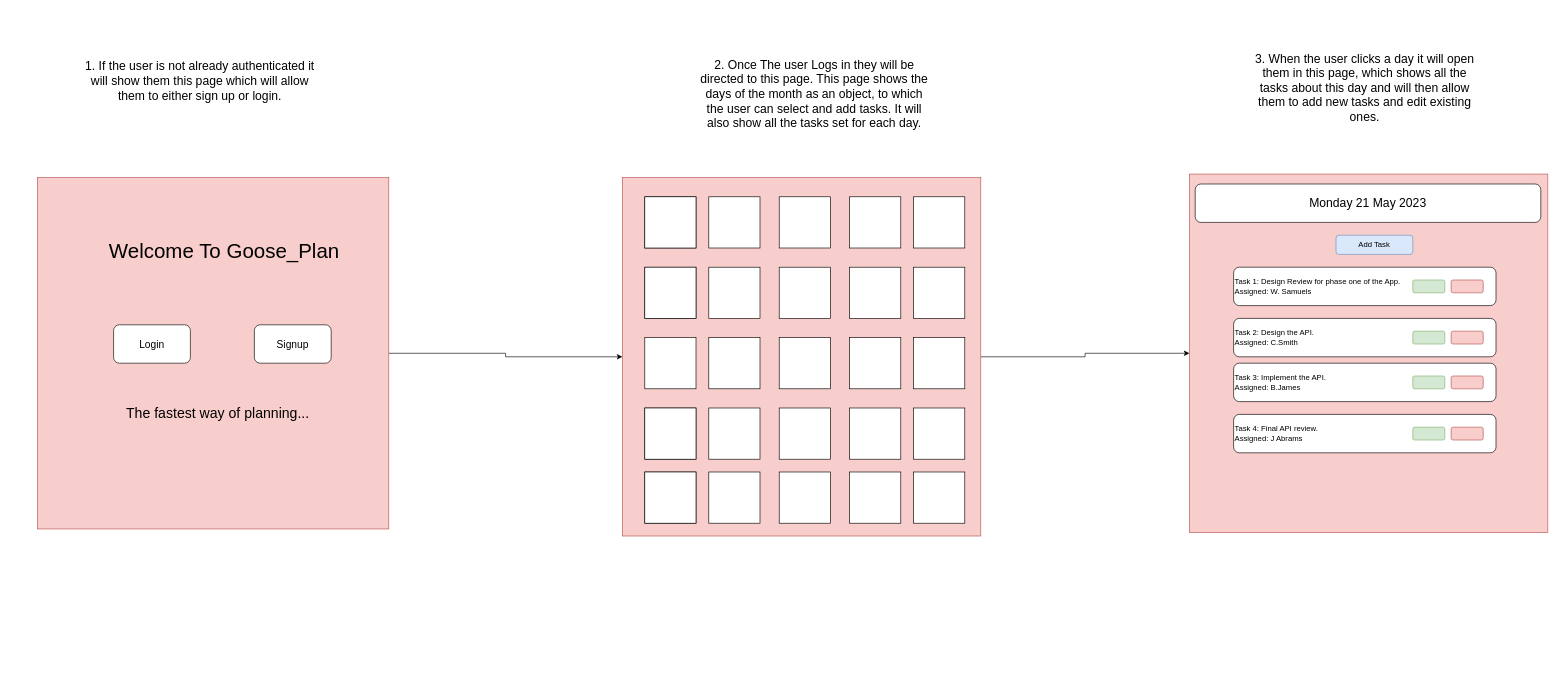
Above: Untitled Diagram.drawio in bengraham-B/L3T14 (draw.io), before the change. Source tidied: cells renumbered, new cells numbered last; positions are measured from the earlier drawing's top-left corner, leaving out a move shared by most shapes. Both pictures are drawn from the tidied source at 64%, with x=0, y=0 at pixel (11, 11).
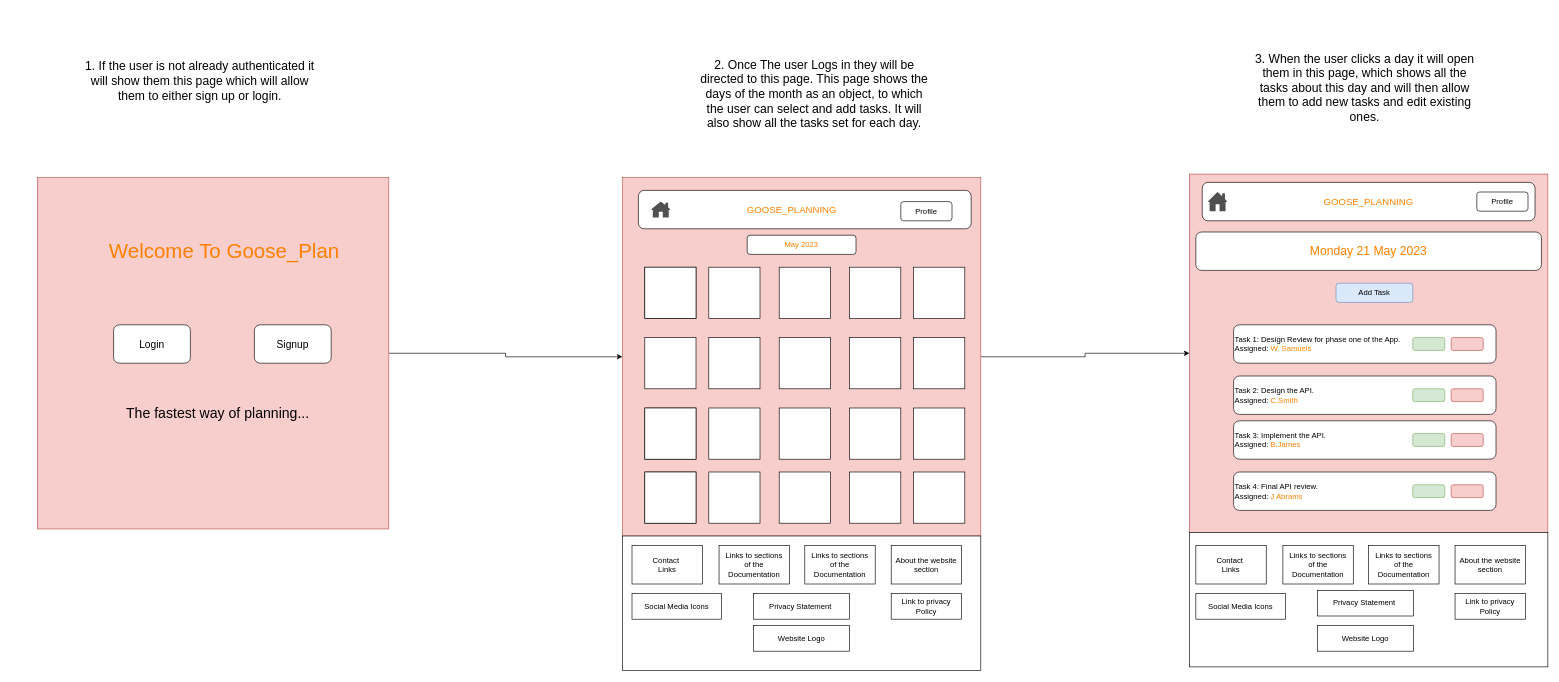
Above is the later version.

The edit, as a diff of the source:
```diff
@@
-    <mxCell id="6" value="Welcome To Goose_Plan" style="text;strokeColor=none;align=center;fillColor=none;html=1;verticalAlign=middle;whiteSpace=wrap;rounded=0;fontSize=32;" parent="1" vertex="1">
+    <mxCell id="6" value="Welcome To Goose_Plan" style="text;strokeColor=none;align=center;fillColor=none;html=1;verticalAlign=middle;whiteSpace=wrap;rounded=0;fontSize=32;fontColor=#FF8000;" parent="1" vertex="1">
       <mxGeometry x="13" y="300" width="640" height="150" as="geometry" />
     </mxCell>
@@
-    <mxCell id="13" style="whiteSpace=wrap;html=1;" parent="1" vertex="1">
-      <mxGeometry x="990" y="290" width="80" height="80" as="geometry" />
-    </mxCell>
@@
-    <mxCell id="35" style="whiteSpace=wrap;html=1;" parent="1" vertex="1">
-      <mxGeometry x="990" y="290" width="80" height="80" as="geometry" />
-    </mxCell>
-    <mxCell id="36" style="whiteSpace=wrap;html=1;" parent="1" vertex="1">
-      <mxGeometry x="1090" y="290" width="80" height="80" as="geometry" />
-    </mxCell>
-    <mxCell id="37" style="whiteSpace=wrap;html=1;" parent="1" vertex="1">
-      <mxGeometry x="1200" y="290" width="80" height="80" as="geometry" />
-    </mxCell>
-    <mxCell id="38" style="whiteSpace=wrap;html=1;" parent="1" vertex="1">
-      <mxGeometry x="1310" y="290" width="80" height="80" as="geometry" />
-    </mxCell>
-    <mxCell id="39" style="whiteSpace=wrap;html=1;" parent="1" vertex="1">
-      <mxGeometry x="1410" y="290" width="80" height="80" as="geometry" />
-    </mxCell>
@@
-    <mxCell id="42" style="whiteSpace=wrap;html=1;fillColor=#f8cecc;strokeColor=#b85450;" parent="1" vertex="1">
+    <mxCell id="42" style="whiteSpace=wrap;html=1;fillColor=#f8cecc;strokeColor=#b85450;labelBackgroundColor=#FFFFFF;" parent="1" vertex="1">
       <mxGeometry x="1841" y="254.5" width="560" height="560" as="geometry" />
     </mxCell>
@@
-    <mxCell id="44" value="Monday 21 May 2023" style="rounded=1;whiteSpace=wrap;html=1;strokeWidth=1;fontSize=19;" parent="1" vertex="1">
-      <mxGeometry x="1850" y="270" width="540" height="60" as="geometry" />
+    <mxCell id="44" value="&lt;font color=&quot;#ff8000&quot;&gt;Monday 21 May 2023&lt;/font&gt;" style="rounded=1;whiteSpace=wrap;html=1;strokeWidth=1;fontSize=19;" parent="1" vertex="1">
+      <mxGeometry x="1851" y="345" width="540" height="60" as="geometry" />
     </mxCell>
-    <mxCell id="45" value="Task 1: Design Review for phase one of the App.&lt;br&gt;Assigned: W. Samuels" style="rounded=1;whiteSpace=wrap;html=1;align=left;" parent="1" vertex="1">
-      <mxGeometry x="1910" y="400" width="410" height="60" as="geometry" />
+    <mxCell id="45" value="Task 1: Design Review for phase one of the App.&lt;br&gt;Assigned: &lt;font color=&quot;#ff8000&quot;&gt;W. Samuels&lt;/font&gt;" style="rounded=1;whiteSpace=wrap;html=1;align=left;" parent="1" vertex="1">
+      <mxGeometry x="1910" y="490" width="410" height="60" as="geometry" />
     </mxCell>
     <mxCell id="46" style="rounded=1;whiteSpace=wrap;html=1;fillColor=#d5e8d4;strokeColor=#82b366;" parent="1" vertex="1">
-      <mxGeometry x="2190" y="420" width="50" height="20" as="geometry" />
+      <mxGeometry x="2190" y="510" width="50" height="20" as="geometry" />
     </mxCell>
     <mxCell id="47" style="rounded=1;whiteSpace=wrap;html=1;fillColor=#f8cecc;strokeColor=#b85450;" parent="1" vertex="1">
-      <mxGeometry x="2250" y="420" width="50" height="20" as="geometry" />
+      <mxGeometry x="2250" y="510" width="50" height="20" as="geometry" />
     </mxCell>
-    <mxCell id="48" value="Task 3: Implement the API.&lt;br&gt;Assigned: B.James" style="rounded=1;whiteSpace=wrap;html=1;align=left;" parent="1" vertex="1">
-      <mxGeometry x="1910" y="550" width="410" height="60" as="geometry" />
+    <mxCell id="48" value="Task 3: Implement the API.&lt;br&gt;Assigned:&lt;font color=&quot;#ff8000&quot;&gt; B.James&lt;/font&gt;" style="rounded=1;whiteSpace=wrap;html=1;align=left;" parent="1" vertex="1">
+      <mxGeometry x="1910" y="640" width="410" height="60" as="geometry" />
     </mxCell>
-    <mxCell id="49" value="Task 4: Final API review.&lt;br&gt;Assigned: J Abrams" style="rounded=1;whiteSpace=wrap;html=1;align=left;" parent="1" vertex="1">
-      <mxGeometry x="1910" y="630" width="410" height="60" as="geometry" />
+    <mxCell id="49" value="Task 4: Final API review.&lt;br&gt;Assigned: &lt;font color=&quot;#ff8000&quot;&gt;J Abrams&lt;/font&gt;" style="rounded=1;whiteSpace=wrap;html=1;align=left;" parent="1" vertex="1">
+      <mxGeometry x="1910" y="720" width="410" height="60" as="geometry" />
     </mxCell>
-    <mxCell id="50" value="Task 2: Design the API.&lt;br&gt;Assigned: C.Smith" style="rounded=1;whiteSpace=wrap;html=1;align=left;" parent="1" vertex="1">
-      <mxGeometry x="1910" y="480" width="410" height="60" as="geometry" />
+    <mxCell id="50" value="Task 2: Design the API.&lt;br&gt;Assigned: &lt;font color=&quot;#ff8000&quot;&gt;C.Smith&lt;/font&gt;" style="rounded=1;whiteSpace=wrap;html=1;align=left;" parent="1" vertex="1">
+      <mxGeometry x="1910" y="570" width="410" height="60" as="geometry" />
     </mxCell>
     <mxCell id="51" style="rounded=1;whiteSpace=wrap;html=1;fillColor=#d5e8d4;strokeColor=#82b366;" parent="1" vertex="1">
-      <mxGeometry x="2190" y="500" width="50" height="20" as="geometry" />
+      <mxGeometry x="2190" y="590" width="50" height="20" as="geometry" />
     </mxCell>
     <mxCell id="52" style="rounded=1;whiteSpace=wrap;html=1;fillColor=#d5e8d4;strokeColor=#82b366;" parent="1" vertex="1">
-      <mxGeometry x="2190" y="570" width="50" height="20" as="geometry" />
+      <mxGeometry x="2190" y="660" width="50" height="20" as="geometry" />
     </mxCell>
     <mxCell id="53" style="rounded=1;whiteSpace=wrap;html=1;fillColor=#d5e8d4;strokeColor=#82b366;" parent="1" vertex="1">
-      <mxGeometry x="2190" y="650" width="50" height="20" as="geometry" />
+      <mxGeometry x="2190" y="740" width="50" height="20" as="geometry" />
     </mxCell>
     <mxCell id="54" style="rounded=1;whiteSpace=wrap;html=1;fillColor=#f8cecc;strokeColor=#b85450;" parent="1" vertex="1">
-      <mxGeometry x="2250" y="500" width="50" height="20" as="geometry" />
+      <mxGeometry x="2250" y="590" width="50" height="20" as="geometry" />
     </mxCell>
     <mxCell id="55" style="rounded=1;whiteSpace=wrap;html=1;fillColor=#f8cecc;strokeColor=#b85450;" parent="1" vertex="1">
-      <mxGeometry x="2250" y="570" width="50" height="20" as="geometry" />
+      <mxGeometry x="2250" y="660" width="50" height="20" as="geometry" />
     </mxCell>
     <mxCell id="56" style="rounded=1;whiteSpace=wrap;html=1;fillColor=#f8cecc;strokeColor=#b85450;" parent="1" vertex="1">
-      <mxGeometry x="2250" y="650" width="50" height="20" as="geometry" />
+      <mxGeometry x="2250" y="740" width="50" height="20" as="geometry" />
     </mxCell>
     <mxCell id="57" value="Add Task" style="rounded=1;whiteSpace=wrap;html=1;fillColor=#dae8fc;strokeColor=#6c8ebf;" parent="1" vertex="1">
-      <mxGeometry x="2070" y="350" width="120" height="30" as="geometry" />
+      <mxGeometry x="2070" y="425" width="120" height="30" as="geometry" />
     </mxCell>
+    <mxCell id="58" style="rounded=1;whiteSpace=wrap;html=1;" parent="1" vertex="1">
+      <mxGeometry x="980" y="280" width="520" height="60" as="geometry" />
+    </mxCell>
+    <mxCell id="59" value="GOOSE_PLANNING" style="text;html=1;strokeColor=none;fillColor=none;align=center;verticalAlign=middle;whiteSpace=wrap;rounded=0;fontColor=#FF8000;fontSize=15;" parent="1" vertex="1">
+      <mxGeometry x="1190" y="295" width="60" height="30" as="geometry" />
+    </mxCell>
+    <mxCell id="60" style="sketch=0;shadow=0;dashed=0;html=1;strokeColor=none;fillColor=#505050;labelPosition=center;verticalLabelPosition=bottom;verticalAlign=top;align=center;shape=mxgraph.office.concepts.home;" parent="1" vertex="1">
+      <mxGeometry x="1000" y="297.5" width="30" height="25" as="geometry" />
+    </mxCell>
+    <mxCell id="61" value="Profile" style="rounded=1;whiteSpace=wrap;html=1;" parent="1" vertex="1">
+      <mxGeometry x="1390" y="297.5" width="80" height="30" as="geometry" />
+    </mxCell>
+    <mxCell id="62" style="rounded=1;whiteSpace=wrap;html=1;fontColor=#0000FF;labelBackgroundColor=#0000FF;" parent="1" vertex="1">
+      <mxGeometry x="1861" y="267.5" width="520" height="60" as="geometry" />
+    </mxCell>
+    <mxCell id="63" value="Profile" style="rounded=1;whiteSpace=wrap;html=1;" parent="1" vertex="1">
+      <mxGeometry x="2290" y="282.5" width="80" height="30" as="geometry" />
+    </mxCell>
+    <mxCell id="64" style="sketch=0;shadow=0;dashed=0;html=1;strokeColor=none;fillColor=#505050;labelPosition=center;verticalLabelPosition=bottom;verticalAlign=top;align=center;shape=mxgraph.office.concepts.home;" parent="1" vertex="1">
+      <mxGeometry x="1870" y="282.5" width="30" height="30" as="geometry" />
+    </mxCell>
+    <mxCell id="65" value="GOOSE_PLANNING" style="text;html=1;strokeColor=none;fillColor=none;align=center;verticalAlign=middle;whiteSpace=wrap;rounded=0;fontSize=15;fontColor=#FF8000;" parent="1" vertex="1">
+      <mxGeometry x="2091" y="282.5" width="60" height="30" as="geometry" />
+    </mxCell>
+    <mxCell id="66" value="May 2023" style="rounded=1;whiteSpace=wrap;html=1;fontColor=#FF8000;" parent="1" vertex="1">
+      <mxGeometry x="1150" y="350" width="170" height="30" as="geometry" />
+    </mxCell>
+    <mxCell id="67" style="rounded=0;whiteSpace=wrap;html=1;" parent="1" vertex="1">
+      <mxGeometry x="955" y="820" width="560" height="210" as="geometry" />
+    </mxCell>
+    <mxCell id="68" style="rounded=0;whiteSpace=wrap;html=1;" parent="1" vertex="1">
+      <mxGeometry x="1841" y="814.5" width="560" height="210" as="geometry" />
+    </mxCell>
+    <mxCell id="69" style="group;" parent="1" vertex="1">
+      <mxGeometry x="1851" y="835" width="515" height="165" as="geometry" />
+    </mxCell>
+    <mxCell id="70" value="Contact&amp;nbsp;&lt;br&gt;Links" style="rounded=0;whiteSpace=wrap;html=1;" parent="69" vertex="1">
+      <mxGeometry width="110" height="60" as="geometry" />
+    </mxCell>
+    <mxCell id="71" value="Links to sections&lt;br&gt;of the Documentation" style="rounded=0;whiteSpace=wrap;html=1;" parent="69" vertex="1">
+      <mxGeometry x="136" width="110" height="60" as="geometry" />
+    </mxCell>
+    <mxCell id="72" value="Links to sections&lt;br&gt;of the Documentation" style="rounded=0;whiteSpace=wrap;html=1;" parent="69" vertex="1">
+      <mxGeometry x="270" width="110" height="60" as="geometry" />
+    </mxCell>
+    <mxCell id="73" value="Social Media Icons" style="rounded=0;whiteSpace=wrap;html=1;" parent="69" vertex="1">
+      <mxGeometry y="75" width="140" height="40" as="geometry" />
+    </mxCell>
+    <mxCell id="74" value="Link to privacy Policy" style="rounded=0;whiteSpace=wrap;html=1;" parent="69" vertex="1">
+      <mxGeometry x="405" y="75" width="110" height="40" as="geometry" />
+    </mxCell>
+    <mxCell id="75" value="About the website section" style="rounded=0;whiteSpace=wrap;html=1;" parent="69" vertex="1">
+      <mxGeometry x="405" width="110" height="60" as="geometry" />
+    </mxCell>
+    <mxCell id="76" value="Website Logo" style="rounded=0;whiteSpace=wrap;html=1;" parent="69" vertex="1">
+      <mxGeometry x="190" y="125" width="150" height="40" as="geometry" />
+    </mxCell>
+    <mxCell id="77" value="Privacy Statement&amp;nbsp;" style="rounded=0;whiteSpace=wrap;html=1;" parent="69" vertex="1">
+      <mxGeometry x="190" y="70" width="150" height="40" as="geometry" />
+    </mxCell>
+    <mxCell id="78" style="group;" parent="1" vertex="1">
+      <mxGeometry x="955" y="800" width="560" height="210" as="geometry" />
+    </mxCell>
+    <mxCell id="79" value="Contact&amp;nbsp;&lt;br&gt;Links" style="rounded=0;whiteSpace=wrap;html=1;" parent="78" vertex="1">
+      <mxGeometry x="15" y="35" width="110" height="60" as="geometry" />
+    </mxCell>
+    <mxCell id="80" value="Links to sections&lt;br&gt;of the Documentation" style="rounded=0;whiteSpace=wrap;html=1;" parent="78" vertex="1">
+      <mxGeometry x="151" y="35" width="110" height="60" as="geometry" />
+    </mxCell>
+    <mxCell id="81" value="Privacy Statement&amp;nbsp;" style="rounded=0;whiteSpace=wrap;html=1;" parent="78" vertex="1">
+      <mxGeometry x="205" y="110" width="150" height="40" as="geometry" />
+    </mxCell>
+    <mxCell id="82" value="Links to sections&lt;br&gt;of the Documentation" style="rounded=0;whiteSpace=wrap;html=1;" parent="78" vertex="1">
+      <mxGeometry x="285" y="35" width="110" height="60" as="geometry" />
+    </mxCell>
+    <mxCell id="83" value="Social Media Icons" style="rounded=0;whiteSpace=wrap;html=1;" parent="78" vertex="1">
+      <mxGeometry x="15" y="110" width="140" height="40" as="geometry" />
+    </mxCell>
+    <mxCell id="84" value="Link to privacy Policy" style="rounded=0;whiteSpace=wrap;html=1;" parent="78" vertex="1">
+      <mxGeometry x="420" y="110" width="110" height="40" as="geometry" />
+    </mxCell>
+    <mxCell id="85" value="About the website section" style="rounded=0;whiteSpace=wrap;html=1;" parent="78" vertex="1">
+      <mxGeometry x="420" y="35" width="110" height="60" as="geometry" />
+    </mxCell>
+    <mxCell id="86" value="Website Logo" style="rounded=0;whiteSpace=wrap;html=1;" parent="78" vertex="1">
+      <mxGeometry x="205" y="160" width="150" height="40" as="geometry" />
+    </mxCell>
```
